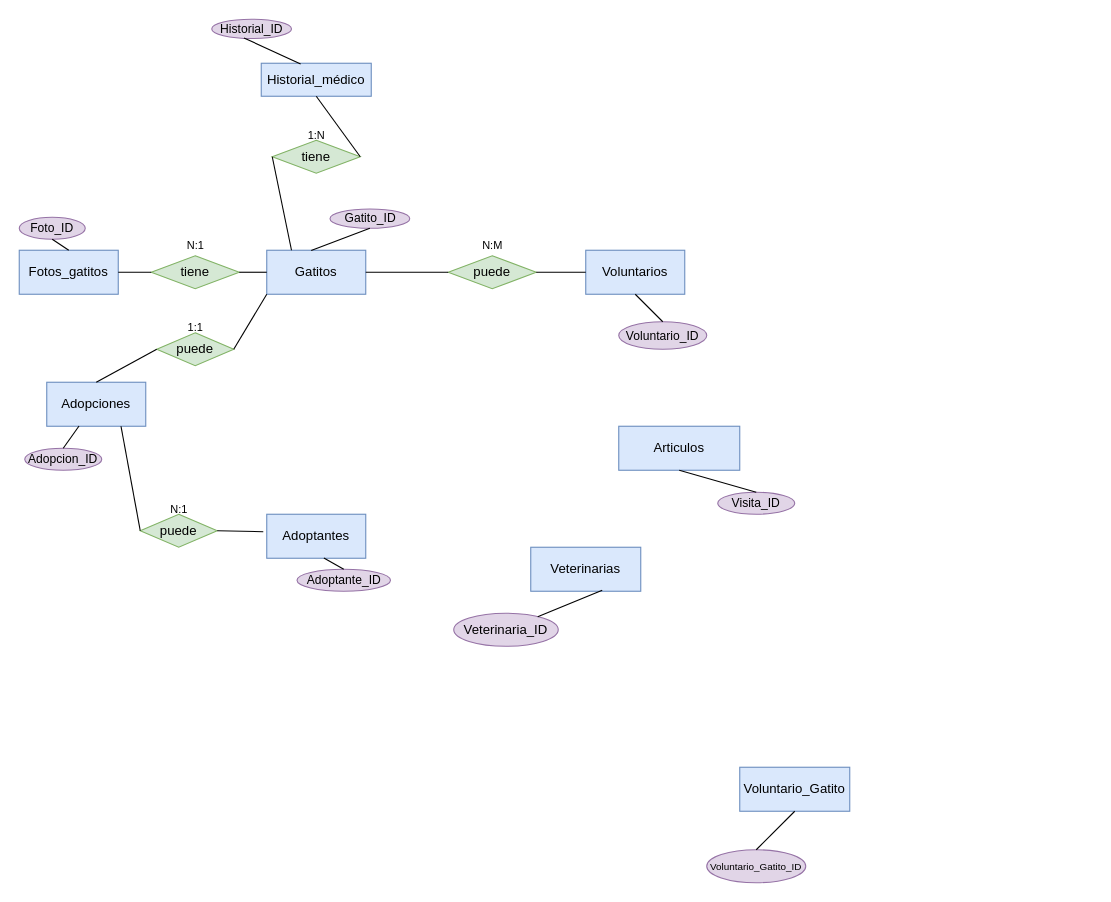
This is Modelo_concep.drawio from LorenaEsther/adopcion_gatitos, a draw.io file, before an edit. Source tidied: cells renumbered, new cells numbered last; positions are measured from the earlier drawing's top-left corner, leaving out a move shared by most shapes. Both pictures are drawn from the tidied source at 110%, with x=0, y=0 at pixel (19, 19).
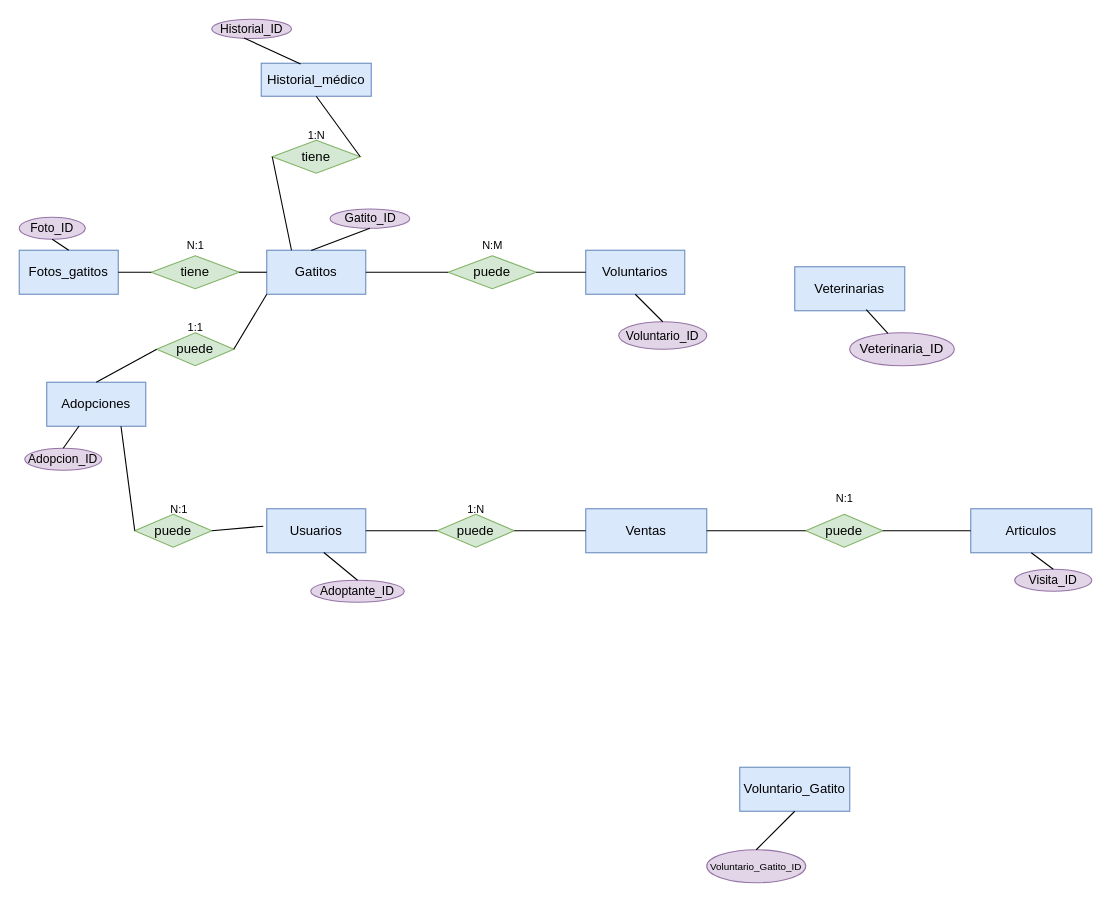
After the change.

The edit, as a diff of the source:
```diff
@@
-    <mxCell id="4" value="Adoptantes" style="rounded=0;whiteSpace=wrap;html=1;fillColor=#dae8fc;strokeColor=#6c8ebf;" parent="1" vertex="1">
-      <mxGeometry x="225" y="450" width="90" height="40" as="geometry" />
+    <mxCell id="4" value="Usuarios" style="rounded=0;whiteSpace=wrap;html=1;fillColor=#dae8fc;strokeColor=#6c8ebf;" parent="1" vertex="1">
+      <mxGeometry x="225" y="445" width="90" height="40" as="geometry" />
     </mxCell>
@@
     <mxCell id="8" value="Articulos" style="rounded=0;whiteSpace=wrap;html=1;fillColor=#dae8fc;strokeColor=#6c8ebf;" parent="1" vertex="1">
-      <mxGeometry x="545" y="370" width="110" height="40" as="geometry" />
+      <mxGeometry x="865" y="445" width="110" height="40" as="geometry" />
     </mxCell>
@@
     <mxCell id="20" value="puede" style="shape=rhombus;perimeter=rhombusPerimeter;whiteSpace=wrap;html=1;align=center;fillColor=#d5e8d4;strokeColor=#82b366;" parent="1" vertex="1">
-      <mxGeometry x="110" y="450" width="70" height="30" as="geometry" />
+      <mxGeometry x="105" y="450" width="70" height="30" as="geometry" />
     </mxCell>
@@
     <mxCell id="23" value="&lt;font style=&quot;font-size: 11px;&quot;&gt;Adoptante_ID&lt;/font&gt;" style="ellipse;whiteSpace=wrap;html=1;align=center;fillColor=#e1d5e7;strokeColor=#9673a6;" parent="1" vertex="1">
-      <mxGeometry x="252.5" y="500" width="85" height="20" as="geometry" />
+      <mxGeometry x="265" y="510" width="85" height="20" as="geometry" />
     </mxCell>
@@
     <mxCell id="34" value="&lt;font style=&quot;font-size: 11px;&quot;&gt;Visita_ID&lt;/font&gt;" style="ellipse;whiteSpace=wrap;html=1;align=center;fillColor=#e1d5e7;strokeColor=#9673a6;" parent="1" vertex="1">
-      <mxGeometry x="635" y="430" width="70" height="20" as="geometry" />
+      <mxGeometry x="905" y="500" width="70" height="20" as="geometry" />
     </mxCell>
@@
     <mxCell id="39" value="Veterinarias" style="whiteSpace=wrap;html=1;align=center;fillColor=#dae8fc;strokeColor=#6c8ebf;" parent="1" vertex="1">
-      <mxGeometry x="465" y="480" width="100" height="40" as="geometry" />
+      <mxGeometry x="705" y="225" width="100" height="40" as="geometry" />
     </mxCell>
     <mxCell id="40" value="Veterinaria_ID" style="ellipse;whiteSpace=wrap;html=1;align=center;fillColor=#e1d5e7;strokeColor=#9673a6;" parent="1" vertex="1">
-      <mxGeometry x="395" y="540" width="95" height="30" as="geometry" />
+      <mxGeometry x="755" y="285" width="95" height="30" as="geometry" />
     </mxCell>
@@
+    <mxCell id="49" value="puede" style="shape=rhombus;perimeter=rhombusPerimeter;whiteSpace=wrap;html=1;align=center;fillColor=#d5e8d4;strokeColor=#82b366;" parent="1" vertex="1">
+      <mxGeometry x="380" y="450" width="70" height="30" as="geometry" />
+    </mxCell>
+    <mxCell id="50" value="Ventas" style="rounded=0;whiteSpace=wrap;html=1;fillColor=#dae8fc;strokeColor=#6c8ebf;" parent="1" vertex="1">
+      <mxGeometry x="515" y="445" width="110" height="40" as="geometry" />
+    </mxCell>
+    <mxCell id="51" value="puede" style="shape=rhombus;perimeter=rhombusPerimeter;whiteSpace=wrap;html=1;align=center;fillColor=#d5e8d4;strokeColor=#82b366;" parent="1" vertex="1">
+      <mxGeometry x="715" y="450" width="70" height="30" as="geometry" />
+    </mxCell>
+    <mxCell id="52" style="endArrow=none;html=1;rounded=0;entryX=0;entryY=0.5;entryDx=0;entryDy=0;exitX=1;exitY=0.5;exitDx=0;exitDy=0;" parent="1" edge="1" source="4" target="49">
+      <mxGeometry relative="1" as="geometry" />
+    </mxCell>
+    <mxCell id="53" style="endArrow=none;html=1;rounded=0;entryX=1;entryY=0.5;entryDx=0;entryDy=0;exitX=0;exitY=0.5;exitDx=0;exitDy=0;" parent="1" edge="1" source="50" target="49">
+      <mxGeometry relative="1" as="geometry" />
+    </mxCell>
+    <mxCell id="54" style="endArrow=none;html=1;rounded=0;entryX=1;entryY=0.5;entryDx=0;entryDy=0;exitX=0;exitY=0.5;exitDx=0;exitDy=0;" parent="1" edge="1" source="51" target="50">
+      <mxGeometry relative="1" as="geometry" />
+    </mxCell>
+    <mxCell id="55" style="endArrow=none;html=1;rounded=0;entryX=1;entryY=0.5;entryDx=0;entryDy=0;exitX=0;exitY=0.5;exitDx=0;exitDy=0;" parent="1" edge="1" source="8" target="51">
+      <mxGeometry relative="1" as="geometry" />
+    </mxCell>
+    <mxCell id="56" value="&lt;font style=&quot;font-size: 10px;&quot;&gt;N:1&lt;/font&gt;" style="text;html=1;align=center;verticalAlign=middle;strokeColor=none;fillColor=none;" parent="1" vertex="1">
+      <mxGeometry x="730" y="420" width="40" height="30" as="geometry" />
+    </mxCell>
+    <mxCell id="57" value="&lt;font style=&quot;font-size: 10px;&quot;&gt;1:N&lt;/font&gt;" style="text;html=1;align=center;verticalAlign=middle;strokeColor=none;fillColor=none;" parent="1" vertex="1">
+      <mxGeometry x="395" y="430" width="40" height="30" as="geometry" />
+    </mxCell>
```
